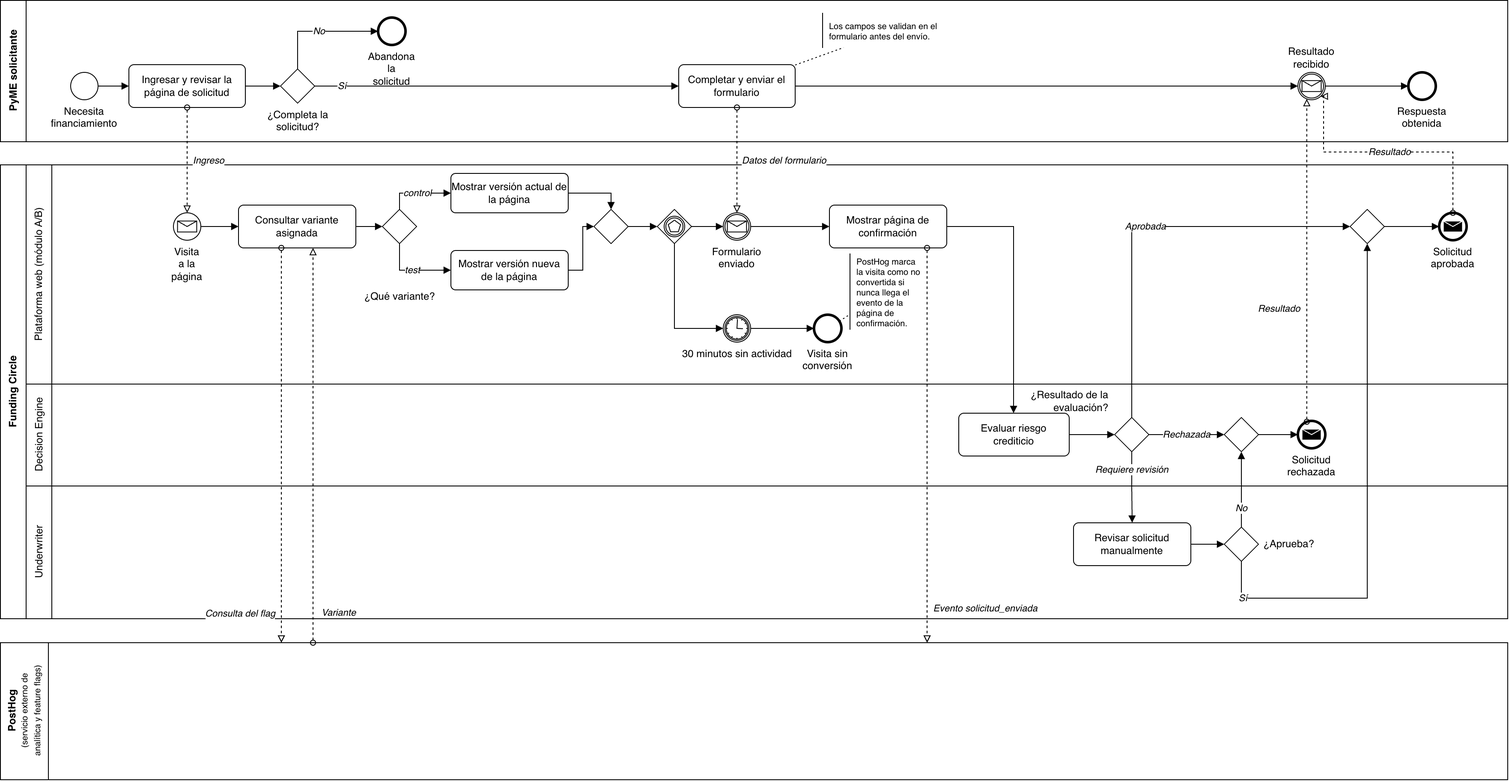
The draw.io diagram entregas/entrega_4/Diagrama BPMN - Funding Circle UK.png in fpezcara/tpi-fc-ab-testing, before a commit. Source tidied: cells renumbered, new cells last; positions are measured from the earlier drawing's top-left corner, leaving out a move shared by most shapes.
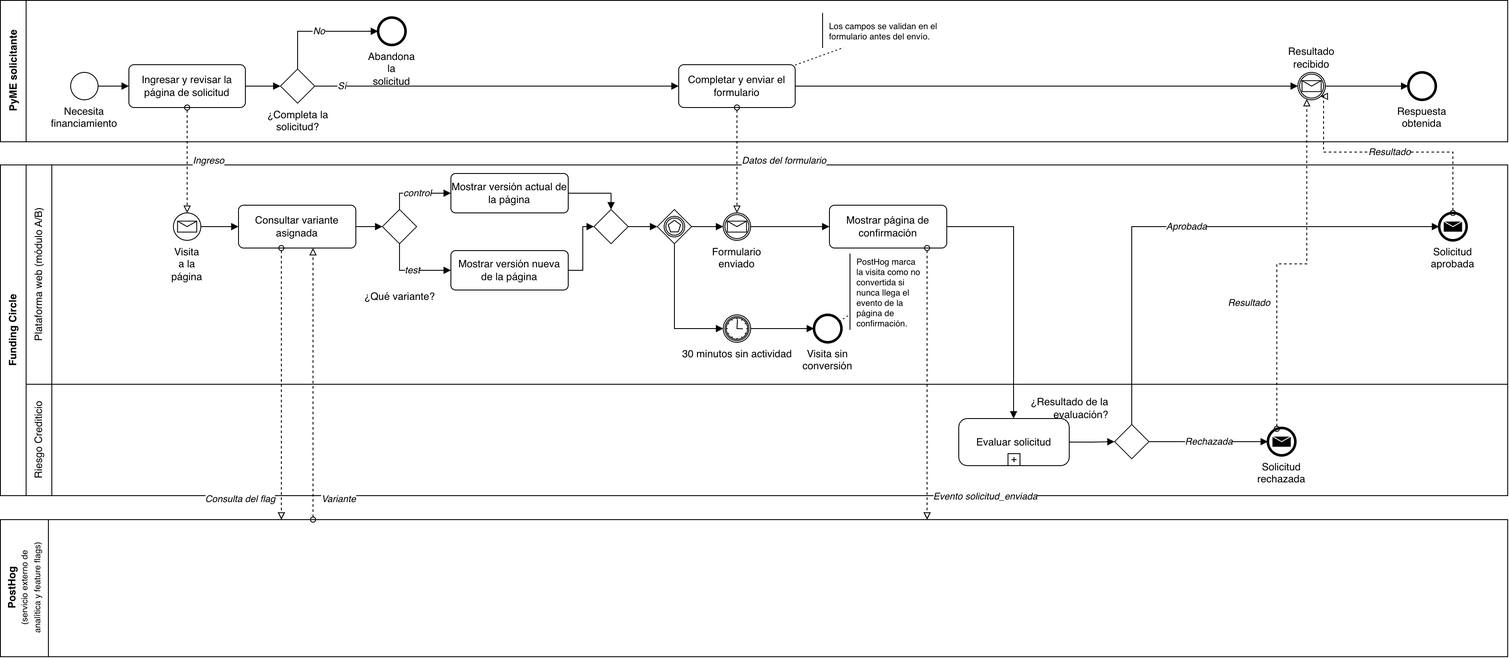
After the commit.

Commit message:
Dejar solo la versión final del diagrama BPMN

What changed in the source:
```diff
@@ -33,7 +33,7 @@
       <mxGeometry relative="1" as="geometry" />
     </mxCell>
     <mxCell id="12" value="Funding Circle" style="swimlane;html=1;horizontal=0;startSize=30;fontStyle=1;whiteSpace=wrap;" parent="1" vertex="1">
-      <mxGeometry y="192" width="1760" height="530" as="geometry" />
+      <mxGeometry y="192" width="1760" height="386" as="geometry" />
     </mxCell>
     <mxCell id="13" value="Plataforma web (módulo A/B)" style="swimlane;html=1;horizontal=0;startSize=30;fontStyle=0;whiteSpace=wrap;" parent="12" vertex="1">
       <mxGeometry x="30" width="1730" height="256" as="geometry" />
@@ -71,9 +71,6 @@
     <mxCell id="24" value="Mostrar página de confirmación" style="rounded=1;whiteSpace=wrap;html=1;arcSize=12;" parent="13" vertex="1">
       <mxGeometry x="938" y="47" width="137" height="50" as="geometry" />
     </mxCell>
-    <mxCell id="25" style="shape=mxgraph.bpmn.gateway2;html=1;verticalLabelPosition=bottom;verticalAlign=top;align=center;perimeter=rhombusPerimeter;outlineConnect=0;outline=none;symbol=none;" parent="13" vertex="1">
-      <mxGeometry x="1546" y="52" width="40" height="40" as="geometry" />
-    </mxCell>
     <mxCell id="26" value="Solicitud aprobada" style="shape=mxgraph.bpmn.event;html=1;verticalLabelPosition=bottom;verticalAlign=top;align=center;perimeter=ellipsePerimeter;outlineConnect=0;whiteSpace=wrap;outline=end;symbol=message;" parent="13" vertex="1">
       <mxGeometry x="1650" y="56" width="32" height="32" as="geometry" />
     </mxCell>
@@ -89,32 +86,20 @@
     <mxCell id="30" style="endArrow=none;dashed=1;dashPattern=2 3;html=1;" parent="13" edge="1" source="23" target="27">
       <mxGeometry relative="1" as="geometry" />
     </mxCell>
-    <mxCell id="31" value="Decision Engine" style="swimlane;html=1;horizontal=0;startSize=30;fontStyle=0;whiteSpace=wrap;" parent="12" vertex="1">
-      <mxGeometry x="30" y="256" width="1730" height="119" as="geometry" />
+    <mxCell id="31" value="Riesgo Crediticio" style="swimlane;html=1;horizontal=0;startSize=30;fontStyle=0;whiteSpace=wrap;" parent="12" vertex="1">
+      <mxGeometry x="30" y="256" width="1730" height="130" as="geometry" />
     </mxCell>
-    <mxCell id="32" value="Evaluar riesgo crediticio" style="rounded=1;whiteSpace=wrap;html=1;arcSize=12;" parent="31" vertex="1">
-      <mxGeometry x="1089" y="34" width="129" height="50" as="geometry" />
-    </mxCell>
+    <mxCell id="72" value="Evaluar solicitud" style="shape=mxgraph.bpmn.task;whiteSpace=wrap;rectStyle=rounded;size=10;html=1;taskMarker=abstract;isLoopSub=1;" parent="31" vertex="1">
+      <mxGeometry x="1089" y="40" width="129" height="55" as="geometry" />
+    </mxCell>
     <mxCell id="33" value="¿Resultado de la&lt;br&gt;evaluación?" style="shape=mxgraph.bpmn.gateway2;html=1;labelPosition=left;verticalLabelPosition=top;align=right;verticalAlign=bottom;spacingRight=6;spacingBottom=2;perimeter=rhombusPerimeter;outlineConnect=0;outline=none;symbol=none;" parent="31" vertex="1">
-      <mxGeometry x="1271" y="39" width="40" height="40" as="geometry" />
+      <mxGeometry x="1271" y="47" width="40" height="40" as="geometry" />
     </mxCell>
-    <mxCell id="34" style="shape=mxgraph.bpmn.gateway2;html=1;verticalLabelPosition=bottom;verticalAlign=top;align=center;perimeter=rhombusPerimeter;outlineConnect=0;outline=none;symbol=none;" parent="31" vertex="1">
-      <mxGeometry x="1399" y="39" width="40" height="40" as="geometry" />
-    </mxCell>
     <mxCell id="35" value="Solicitud rechazada" style="shape=mxgraph.bpmn.event;html=1;verticalLabelPosition=bottom;verticalAlign=top;align=center;perimeter=ellipsePerimeter;outlineConnect=0;whiteSpace=wrap;outline=end;symbol=message;" parent="31" vertex="1">
-      <mxGeometry x="1485" y="43" width="32" height="32" as="geometry" />
+      <mxGeometry x="1450" y="51" width="32" height="32" as="geometry" />
     </mxCell>
-    <mxCell id="36" value="Underwriter" style="swimlane;html=1;horizontal=0;startSize=30;fontStyle=0;whiteSpace=wrap;" parent="12" vertex="1">
-      <mxGeometry x="30" y="375" width="1730" height="155" as="geometry" />
-    </mxCell>
-    <mxCell id="37" value="Revisar solicitud manualmente" style="rounded=1;whiteSpace=wrap;html=1;arcSize=12;" parent="36" vertex="1">
-      <mxGeometry x="1223" y="43" width="137" height="50" as="geometry" />
-    </mxCell>
-    <mxCell id="38" value="¿Aprueba?" style="shape=mxgraph.bpmn.gateway2;html=1;labelPosition=right;verticalLabelPosition=middle;align=left;verticalAlign=middle;spacingLeft=4;perimeter=rhombusPerimeter;outlineConnect=0;outline=none;symbol=none;" parent="36" vertex="1">
-      <mxGeometry x="1399" y="48" width="40" height="40" as="geometry" />
-    </mxCell>
     <mxCell id="39" value="PostHog&lt;br&gt;&lt;span style=&quot;font-weight:normal;font-size:10px&quot;&gt;(servicio externo de&lt;br&gt;analítica y feature flags)&lt;/span&gt;" style="swimlane;html=1;horizontal=0;startSize=56;fontStyle=1;fontSize=12;whiteSpace=nowrap;align=center;verticalAlign=middle;" parent="1" vertex="1">
-      <mxGeometry y="750" width="1760" height="160" as="geometry" />
+      <mxGeometry y="606" width="1760" height="160" as="geometry" />
     </mxCell>
     <mxCell id="40" style="edgeStyle=orthogonalEdgeStyle;rounded=0;html=1;fontStyle=2;endArrow=block;endFill=1;" parent="1" edge="1" source="3" target="4">
       <mxGeometry relative="1" as="geometry" />
@@ -186,49 +171,20 @@
         </Array>
       </mxGeometry>
     </mxCell>
-    <mxCell id="55" style="edgeStyle=orthogonalEdgeStyle;rounded=0;html=1;fontStyle=2;endArrow=block;endFill=1;" parent="1" edge="1" source="24" target="32">
+    <mxCell id="55" style="edgeStyle=orthogonalEdgeStyle;rounded=0;html=1;fontStyle=2;endArrow=block;endFill=1;" parent="1" edge="1" source="24" target="72">
       <mxGeometry relative="1" as="geometry">
         <Array as="points">
           <mxPoint x="1183" y="264" />
         </Array>
       </mxGeometry>
     </mxCell>
-    <mxCell id="56" style="edgeStyle=orthogonalEdgeStyle;rounded=0;html=1;fontStyle=2;endArrow=block;endFill=1;" parent="1" edge="1" source="32" target="33">
-      <mxGeometry relative="1" as="geometry" />
-    </mxCell>
-    <mxCell id="57" value="Aprobada" style="edgeStyle=orthogonalEdgeStyle;rounded=0;html=1;fontStyle=2;endArrow=block;endFill=1;" parent="1" edge="1" source="33" target="25">
+    <mxCell id="57" value="Aprobada" style="edgeStyle=orthogonalEdgeStyle;rounded=0;html=1;fontStyle=2;endArrow=block;endFill=1;" parent="1" edge="1" source="33" target="26">
       <mxGeometry relative="1" as="geometry">
         <Array as="points">
           <mxPoint x="1321" y="264" />
         </Array>
       </mxGeometry>
     </mxCell>
-    <mxCell id="58" value="Rechazada" style="edgeStyle=orthogonalEdgeStyle;rounded=0;html=1;fontStyle=2;endArrow=block;endFill=1;" parent="1" edge="1" source="33" target="34">
-      <mxGeometry relative="1" as="geometry" />
-    </mxCell>
-    <mxCell id="59" value="Requiere revisión" style="edgeStyle=orthogonalEdgeStyle;rounded=0;html=1;fontStyle=2;endArrow=block;endFill=1;" parent="1" edge="1" source="33" target="37">
-      <mxGeometry x="-0.5" relative="1" as="geometry" />
-    </mxCell>
-    <mxCell id="60" style="edgeStyle=orthogonalEdgeStyle;rounded=0;html=1;fontStyle=2;endArrow=block;endFill=1;" parent="1" edge="1" source="37" target="38">
-      <mxGeometry relative="1" as="geometry" />
-    </mxCell>
-    <mxCell id="61" value="No" style="edgeStyle=orthogonalEdgeStyle;rounded=0;html=1;fontStyle=2;endArrow=block;endFill=1;" parent="1" edge="1" source="38" target="34">
-      <mxGeometry x="-0.5" relative="1" as="geometry" />
-    </mxCell>
-    <mxCell id="62" value="Sí" style="edgeStyle=orthogonalEdgeStyle;rounded=0;html=1;fontStyle=2;endArrow=block;endFill=1;" parent="1" edge="1" source="38" target="25">
-      <mxGeometry x="-0.85" relative="1" as="geometry">
-        <Array as="points">
-          <mxPoint x="1449" y="698" />
-          <mxPoint x="1596" y="698" />
-        </Array>
-      </mxGeometry>
-    </mxCell>
-    <mxCell id="63" style="edgeStyle=orthogonalEdgeStyle;rounded=0;html=1;fontStyle=2;endArrow=block;endFill=1;" parent="1" edge="1" source="34" target="35">
-      <mxGeometry relative="1" as="geometry" />
-    </mxCell>
-    <mxCell id="64" style="edgeStyle=orthogonalEdgeStyle;rounded=0;html=1;fontStyle=2;endArrow=block;endFill=1;" parent="1" edge="1" source="25" target="26">
-      <mxGeometry relative="1" as="geometry" />
-    </mxCell>
     <mxCell id="65" value="Ingreso" style="edgeStyle=orthogonalEdgeStyle;rounded=0;html=1;fontStyle=2;exitX=0.5;exitY=1;exitDx=0;exitDy=0;entryX=0.5;entryY=0;entryDx=0;entryDy=0;dashed=1;startArrow=oval;startFill=0;startSize=6;endFill=0;endArrow=block;" parent="1" edge="1" source="4" target="14">
       <mxGeometry relative="1" as="geometry">
         <mxPoint x="25" as="offset" />
@@ -265,5 +221,11 @@
         </Array>
       </mxGeometry>
     </mxCell>
+    <mxCell id="56" style="edgeStyle=orthogonalEdgeStyle;rounded=0;html=1;fontStyle=2;endArrow=block;endFill=1;" parent="1" edge="1" source="72" target="33">
+      <mxGeometry relative="1" as="geometry" />
+    </mxCell>
+    <mxCell id="58" value="Rechazada" style="edgeStyle=orthogonalEdgeStyle;rounded=0;html=1;fontStyle=2;endArrow=block;endFill=1;" parent="1" edge="1" source="33" target="35">
+      <mxGeometry relative="1" as="geometry" />
+    </mxCell>
   </root>
 </mxGraphModel>
```
